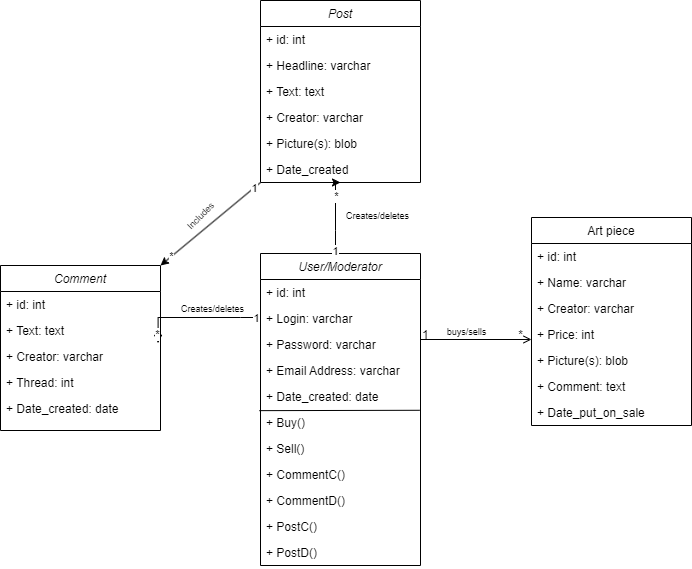
oleksandrblazhko/ai-212-yaroshuk keeps this draw.io diagram as 2-SoftwareDesign/2.5-UMLProgramClasses/UMLProgramClasses.png. Above is the earlier version. Source tidied: cells renumbered, new cells last; positions are measured from the earlier drawing's top-left corner, leaving out a move shared by most shapes. The source it was exported from:
```xml
<mxGraphModel>
  <root>
    <mxCell id="0" />
    <mxCell id="1" parent="0" />
    <mxCell id="2" value="User/Moderator" style="swimlane;fontStyle=2;align=center;verticalAlign=top;horizontal=1;startSize=26;rounded=0;shadow=0;strokeWidth=1;" parent="1" vertex="1">
      <mxGeometry x="260" y="253" width="160" height="312" as="geometry" />
    </mxCell>
    <mxCell id="3" value="+ id: int" style="text;align=left;verticalAlign=top;spacingLeft=4;spacingRight=4;overflow=hidden;" parent="2" vertex="1">
      <mxGeometry y="26" width="160" height="26" as="geometry" />
    </mxCell>
    <mxCell id="4" value="+ Login: varchar" style="text;align=left;verticalAlign=top;spacingLeft=4;spacingRight=4;overflow=hidden;" parent="2" vertex="1">
      <mxGeometry y="52" width="160" height="26" as="geometry" />
    </mxCell>
    <mxCell id="5" value="+ Password: varchar" style="text;align=left;verticalAlign=top;spacingLeft=4;spacingRight=4;overflow=hidden;rounded=0;shadow=0;html=0;" parent="2" vertex="1">
      <mxGeometry y="78" width="160" height="26" as="geometry" />
    </mxCell>
    <mxCell id="6" value="+ Email Address: varchar" style="text;align=left;verticalAlign=top;spacingLeft=4;spacingRight=4;overflow=hidden;rounded=0;shadow=0;html=0;" parent="2" vertex="1">
      <mxGeometry y="104" width="160" height="26" as="geometry" />
    </mxCell>
    <mxCell id="7" value="+ Date_created: date" style="text;align=left;verticalAlign=top;spacingLeft=4;spacingRight=4;overflow=hidden;points=[[0,0.5],[1,0.5]];portConstraint=eastwest;" parent="2" vertex="1">
      <mxGeometry y="130" width="160" height="26" as="geometry" />
    </mxCell>
    <mxCell id="8" value="+ Buy()" style="text;align=left;verticalAlign=top;spacingLeft=4;spacingRight=4;overflow=hidden;points=[[0,0.5],[1,0.5]];portConstraint=eastwest;" parent="2" vertex="1">
      <mxGeometry y="156" width="160" height="26" as="geometry" />
    </mxCell>
    <mxCell id="9" style="endArrow=none;html=1;rounded=0;exitX=-0.007;exitY=1.044;exitDx=0;exitDy=0;exitPerimeter=0;entryX=0.995;entryY=0.03;entryDx=0;entryDy=0;entryPerimeter=0;" parent="2" edge="1" source="7" target="8">
      <mxGeometry relative="1" as="geometry" />
    </mxCell>
    <mxCell id="10" value="+ Sell()" style="text;align=left;verticalAlign=top;spacingLeft=4;spacingRight=4;overflow=hidden;" parent="2" vertex="1">
      <mxGeometry y="182" width="160" height="26" as="geometry" />
    </mxCell>
    <mxCell id="11" value="+ CommentC()" style="text;align=left;verticalAlign=top;spacingLeft=4;spacingRight=4;overflow=hidden;" parent="2" vertex="1">
      <mxGeometry y="208" width="160" height="26" as="geometry" />
    </mxCell>
    <mxCell id="12" value="+ CommentD()" style="text;align=left;verticalAlign=top;spacingLeft=4;spacingRight=4;overflow=hidden;" parent="2" vertex="1">
      <mxGeometry y="234" width="160" height="26" as="geometry" />
    </mxCell>
    <mxCell id="13" value="+ PostC()" style="text;align=left;verticalAlign=top;spacingLeft=4;spacingRight=4;overflow=hidden;" parent="2" vertex="1">
      <mxGeometry y="260" width="160" height="26" as="geometry" />
    </mxCell>
    <mxCell id="14" value="+ PostD()" style="text;align=left;verticalAlign=top;spacingLeft=4;spacingRight=4;overflow=hidden;" parent="2" vertex="1">
      <mxGeometry y="286" width="160" height="26" as="geometry" />
    </mxCell>
    <mxCell id="15" value="Art piece" style="swimlane;fontStyle=0;align=center;verticalAlign=top;horizontal=1;startSize=26;rounded=0;shadow=0;strokeWidth=1;" parent="1" vertex="1">
      <mxGeometry x="531" y="217" width="160" height="208" as="geometry" />
    </mxCell>
    <mxCell id="16" value="+ id: int" style="text;align=left;verticalAlign=top;spacingLeft=4;spacingRight=4;overflow=hidden;" parent="15" vertex="1">
      <mxGeometry y="26" width="160" height="26" as="geometry" />
    </mxCell>
    <mxCell id="17" value="+ Name: varchar" style="text;align=left;verticalAlign=top;spacingLeft=4;spacingRight=4;overflow=hidden;" parent="15" vertex="1">
      <mxGeometry y="52" width="160" height="26" as="geometry" />
    </mxCell>
    <mxCell id="18" value="+ Creator: varchar" style="text;align=left;verticalAlign=top;spacingLeft=4;spacingRight=4;overflow=hidden;rounded=0;shadow=0;html=0;" parent="15" vertex="1">
      <mxGeometry y="78" width="160" height="26" as="geometry" />
    </mxCell>
    <mxCell id="19" value="+ Price: int" style="text;align=left;verticalAlign=top;spacingLeft=4;spacingRight=4;overflow=hidden;rounded=0;shadow=0;html=0;" parent="15" vertex="1">
      <mxGeometry y="104" width="160" height="26" as="geometry" />
    </mxCell>
    <mxCell id="20" value="+ Picture(s): blob" style="text;align=left;verticalAlign=top;spacingLeft=4;spacingRight=4;overflow=hidden;rounded=0;shadow=0;html=0;" parent="15" vertex="1">
      <mxGeometry y="130" width="160" height="26" as="geometry" />
    </mxCell>
    <mxCell id="21" value="+ Comment: text" style="text;align=left;verticalAlign=top;spacingLeft=4;spacingRight=4;overflow=hidden;rounded=0;shadow=0;html=0;" parent="15" vertex="1">
      <mxGeometry y="156" width="160" height="26" as="geometry" />
    </mxCell>
    <mxCell id="22" value="+ Date_put_on_sale" style="text;align=left;verticalAlign=top;spacingLeft=4;spacingRight=4;overflow=hidden;rounded=0;shadow=0;html=0;" parent="15" vertex="1">
      <mxGeometry y="182" width="160" height="26" as="geometry" />
    </mxCell>
    <mxCell id="23" style="endArrow=open;shadow=0;strokeWidth=1;rounded=0;endFill=1;edgeStyle=elbowEdgeStyle;elbow=vertical;" parent="1" edge="1" source="2" target="15">
      <mxGeometry x="0.5" y="41" relative="1" as="geometry">
        <mxPoint x="-40" y="32" as="offset" />
      </mxGeometry>
    </mxCell>
    <mxCell id="24" value="1" style="align=left;verticalAlign=bottom;labelBackgroundColor=none;fontSize=12;" parent="23" vertex="1">
      <mxGeometry x="-1" relative="1" as="geometry">
        <mxPoint y="4" as="offset" />
      </mxGeometry>
    </mxCell>
    <mxCell id="25" value="*" style="align=right;verticalAlign=bottom;labelBackgroundColor=none;fontSize=12;" parent="23" vertex="1">
      <mxGeometry x="1" relative="1" as="geometry">
        <mxPoint x="-7" y="4" as="offset" />
      </mxGeometry>
    </mxCell>
    <mxCell id="26" value="&lt;font style=&quot;font-size: 9px;&quot;&gt;buys/sells&lt;/font&gt;" style="text;html=1;align=center;verticalAlign=middle;labelBackgroundColor=none;rounded=0;shadow=0;strokeWidth=1;fontSize=12;" parent="23" vertex="1">
      <mxGeometry x="0.5" y="49" relative="1" as="geometry">
        <mxPoint x="-38" y="40" as="offset" />
      </mxGeometry>
    </mxCell>
    <mxCell id="27" value="Post" style="swimlane;fontStyle=2;align=center;verticalAlign=top;horizontal=1;startSize=26;rounded=0;shadow=0;strokeWidth=1;" parent="1" vertex="1">
      <mxGeometry x="260" width="160" height="182" as="geometry" />
    </mxCell>
    <mxCell id="28" value="+ id: int" style="text;align=left;verticalAlign=top;spacingLeft=4;spacingRight=4;overflow=hidden;" parent="27" vertex="1">
      <mxGeometry y="26" width="160" height="26" as="geometry" />
    </mxCell>
    <mxCell id="29" value="+ Headline: varchar" style="text;align=left;verticalAlign=top;spacingLeft=4;spacingRight=4;overflow=hidden;" parent="27" vertex="1">
      <mxGeometry y="52" width="160" height="26" as="geometry" />
    </mxCell>
    <mxCell id="30" value="+ Text: text" style="text;align=left;verticalAlign=top;spacingLeft=4;spacingRight=4;overflow=hidden;rounded=0;shadow=0;html=0;" parent="27" vertex="1">
      <mxGeometry y="78" width="160" height="26" as="geometry" />
    </mxCell>
    <mxCell id="31" value="+ Creator: varchar" style="text;align=left;verticalAlign=top;spacingLeft=4;spacingRight=4;overflow=hidden;rounded=0;shadow=0;html=0;" parent="27" vertex="1">
      <mxGeometry y="104" width="160" height="26" as="geometry" />
    </mxCell>
    <mxCell id="32" value="+ Picture(s): blob" style="text;align=left;verticalAlign=top;spacingLeft=4;spacingRight=4;overflow=hidden;" parent="27" vertex="1">
      <mxGeometry y="130" width="160" height="26" as="geometry" />
    </mxCell>
    <mxCell id="33" value="+ Date_created" style="text;align=left;verticalAlign=top;spacingLeft=4;spacingRight=4;overflow=hidden;" parent="27" vertex="1">
      <mxGeometry y="156" width="160" height="26" as="geometry" />
    </mxCell>
    <mxCell id="34" style="edgeStyle=orthogonalEdgeStyle;rounded=0;jettySize=auto;html=1;entryX=0.5;entryY=1;entryDx=0;entryDy=0;" parent="1" edge="1" source="2" target="27">
      <mxGeometry relative="1" as="geometry">
        <Array as="points">
          <mxPoint x="335" y="230" />
          <mxPoint x="335" y="230" />
        </Array>
      </mxGeometry>
    </mxCell>
    <mxCell id="35" value="1" style="edgeLabel;html=1;align=center;verticalAlign=middle;" parent="34" vertex="1">
      <mxGeometry x="-0.91" y="1" relative="1" as="geometry" />
    </mxCell>
    <mxCell id="36" value="*" style="edgeLabel;html=1;align=center;verticalAlign=middle;" parent="34" vertex="1">
      <mxGeometry x="0.87" y="1" relative="1" as="geometry">
        <mxPoint y="14" as="offset" />
      </mxGeometry>
    </mxCell>
    <mxCell id="37" style="edgeStyle=orthogonalEdgeStyle;rounded=0;jettySize=auto;html=1;entryX=0.985;entryY=-0.011;entryDx=0;entryDy=0;entryPerimeter=0;" parent="1" edge="1" source="2" target="45">
      <mxGeometry relative="1" as="geometry">
        <Array as="points">
          <mxPoint x="240" y="317" />
          <mxPoint x="240" y="317" />
        </Array>
      </mxGeometry>
    </mxCell>
    <mxCell id="38" value="1" style="edgeLabel;html=1;align=center;verticalAlign=middle;" parent="37" vertex="1">
      <mxGeometry x="-0.91" relative="1" as="geometry" />
    </mxCell>
    <mxCell id="39" value="*" style="edgeLabel;html=1;align=center;verticalAlign=middle;" parent="37" vertex="1">
      <mxGeometry x="0.86" y="-1" relative="1" as="geometry" />
    </mxCell>
    <mxCell id="40" value="&lt;font style=&quot;font-size: 9px;&quot;&gt;Creates/deletes&lt;/font&gt;" style="text;html=1;strokeColor=none;fillColor=none;align=center;verticalAlign=middle;whiteSpace=wrap;rounded=0;" parent="1" vertex="1">
      <mxGeometry x="335" y="200" width="85" height="30" as="geometry" />
    </mxCell>
    <mxCell id="41" value="&lt;font style=&quot;font-size: 9px;&quot;&gt;Creates/deletes&lt;/font&gt;" style="text;html=1;strokeColor=none;fillColor=none;align=center;verticalAlign=middle;whiteSpace=wrap;rounded=0;" parent="1" vertex="1">
      <mxGeometry x="170" y="293" width="85" height="30" as="geometry" />
    </mxCell>
    <mxCell id="42" value="Comment" style="swimlane;fontStyle=2;align=center;verticalAlign=top;horizontal=1;startSize=26;rounded=0;shadow=0;strokeWidth=1;" parent="1" vertex="1">
      <mxGeometry y="265" width="160" height="165" as="geometry" />
    </mxCell>
    <mxCell id="43" value="+ id: int" style="text;align=left;verticalAlign=top;spacingLeft=4;spacingRight=4;overflow=hidden;" parent="42" vertex="1">
      <mxGeometry y="26" width="160" height="26" as="geometry" />
    </mxCell>
    <mxCell id="44" value="+ Text: text" style="text;align=left;verticalAlign=top;spacingLeft=4;spacingRight=4;overflow=hidden;points=[[0,0.5],[1,0.5]];portConstraint=eastwest;rounded=0;shadow=0;html=0;" parent="42" vertex="1">
      <mxGeometry y="52" width="160" height="26" as="geometry" />
    </mxCell>
    <mxCell id="45" value="+ Creator: varchar" style="text;align=left;verticalAlign=top;spacingLeft=4;spacingRight=4;overflow=hidden;points=[[0,0.5],[1,0.5]];portConstraint=eastwest;rounded=0;shadow=0;html=0;" parent="42" vertex="1">
      <mxGeometry y="78" width="160" height="26" as="geometry" />
    </mxCell>
    <mxCell id="46" value="+ Thread: int" style="text;align=left;verticalAlign=top;spacingLeft=4;spacingRight=4;overflow=hidden;" parent="42" vertex="1">
      <mxGeometry y="104" width="160" height="26" as="geometry" />
    </mxCell>
    <mxCell id="47" value="+ Date_created: date" style="text;align=left;verticalAlign=top;spacingLeft=4;spacingRight=4;overflow=hidden;" parent="42" vertex="1">
      <mxGeometry y="130" width="160" height="26" as="geometry" />
    </mxCell>
    <mxCell id="48" style="endArrow=classic;html=1;rounded=0;exitX=0;exitY=1;exitDx=0;exitDy=0;entryX=1;entryY=0;entryDx=0;entryDy=0;" parent="1" edge="1" source="27" target="42">
      <mxGeometry relative="1" as="geometry" />
    </mxCell>
    <mxCell id="49" value="1" style="edgeLabel;html=1;align=center;verticalAlign=middle;" parent="48" vertex="1">
      <mxGeometry x="-0.86" relative="1" as="geometry" />
    </mxCell>
    <mxCell id="50" value="*" style="edgeLabel;html=1;align=center;verticalAlign=middle;" parent="48" vertex="1">
      <mxGeometry x="0.78" y="-1" relative="1" as="geometry" />
    </mxCell>
    <mxCell id="51" value="&lt;font style=&quot;font-size: 9px;&quot;&gt;Includes&lt;/font&gt;" style="text;html=1;strokeColor=none;fillColor=none;align=center;verticalAlign=middle;whiteSpace=wrap;rounded=0;rotation=-45;" parent="1" vertex="1">
      <mxGeometry x="170" y="200" width="60" height="30" as="geometry" />
    </mxCell>
  </root>
</mxGraphModel>
```
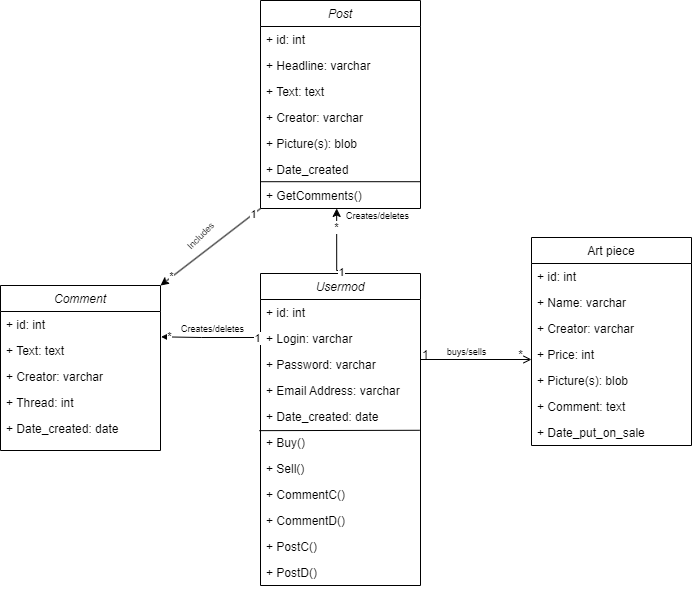
After the commit.

The edit, as a diff of the source:
```diff
@@ -2,7 +2,7 @@
   <root>
     <mxCell id="0" />
     <mxCell id="1" parent="0" />
-    <mxCell id="2" value="User/Moderator" style="swimlane;fontStyle=2;align=center;verticalAlign=top;horizontal=1;startSize=26;rounded=0;shadow=0;strokeWidth=1;" parent="1" vertex="1">
+    <mxCell id="2" value="Usermod" style="swimlane;fontStyle=2;align=center;verticalAlign=top;horizontal=1;startSize=26;rounded=0;shadow=0;strokeWidth=1;" parent="1" vertex="1">
       <mxGeometry x="260" y="253" width="160" height="312" as="geometry" />
     </mxCell>
     <mxCell id="3" value="+ id: int" style="text;align=left;verticalAlign=top;spacingLeft=4;spacingRight=4;overflow=hidden;" parent="2" vertex="1">
@@ -86,7 +86,7 @@
       </mxGeometry>
     </mxCell>
     <mxCell id="27" value="Post" style="swimlane;fontStyle=2;align=center;verticalAlign=top;horizontal=1;startSize=26;rounded=0;shadow=0;strokeWidth=1;" parent="1" vertex="1">
-      <mxGeometry x="260" width="160" height="182" as="geometry" />
+      <mxGeometry x="260" y="-20" width="160" height="208" as="geometry" />
     </mxCell>
     <mxCell id="28" value="+ id: int" style="text;align=left;verticalAlign=top;spacingLeft=4;spacingRight=4;overflow=hidden;" parent="27" vertex="1">
       <mxGeometry y="26" width="160" height="26" as="geometry" />
@@ -106,11 +106,20 @@
     <mxCell id="33" value="+ Date_created" style="text;align=left;verticalAlign=top;spacingLeft=4;spacingRight=4;overflow=hidden;" parent="27" vertex="1">
       <mxGeometry y="156" width="160" height="26" as="geometry" />
     </mxCell>
+    <mxCell id="52" style="endArrow=none;html=1;rounded=0;exitX=-0.007;exitY=1.044;exitDx=0;exitDy=0;exitPerimeter=0;entryX=0.995;entryY=0.03;entryDx=0;entryDy=0;entryPerimeter=0;" parent="27" edge="1">
+      <mxGeometry relative="1" as="geometry">
+        <mxPoint y="181.2" as="sourcePoint" />
+        <mxPoint x="160" y="181.2" as="targetPoint" />
+      </mxGeometry>
+    </mxCell>
+    <mxCell id="53" value="+ GetComments()" style="text;align=left;verticalAlign=top;spacingLeft=4;spacingRight=4;overflow=hidden;points=[[0,0.5],[1,0.5]];portConstraint=eastwest;" parent="27" vertex="1">
+      <mxGeometry y="182" width="160" height="26" as="geometry" />
+    </mxCell>
-    <mxCell id="34" style="edgeStyle=orthogonalEdgeStyle;rounded=0;jettySize=auto;html=1;entryX=0.5;entryY=1;entryDx=0;entryDy=0;" parent="1" edge="1" source="2" target="27">
+    <mxCell id="34" style="edgeStyle=orthogonalEdgeStyle;rounded=0;jettySize=auto;html=1;entryX=0.476;entryY=0.998;entryDx=0;entryDy=0;exitX=0.5;exitY=0;exitDx=0;exitDy=0;entryPerimeter=0;" parent="1" edge="1" source="2" target="53">
       <mxGeometry relative="1" as="geometry">
         <Array as="points">
-          <mxPoint x="335" y="230" />
-          <mxPoint x="335" y="230" />
+          <mxPoint x="340" y="250" />
+          <mxPoint x="336" y="250" />
         </Array>
       </mxGeometry>
     </mxCell>
@@ -122,11 +131,11 @@
         <mxPoint y="14" as="offset" />
       </mxGeometry>
     </mxCell>
-    <mxCell id="37" style="edgeStyle=orthogonalEdgeStyle;rounded=0;jettySize=auto;html=1;entryX=0.985;entryY=-0.011;entryDx=0;entryDy=0;entryPerimeter=0;" parent="1" edge="1" source="2" target="45">
+    <mxCell id="37" style="edgeStyle=orthogonalEdgeStyle;rounded=0;jettySize=auto;html=1;entryX=1.004;entryY=-0.026;entryDx=0;entryDy=0;entryPerimeter=0;" parent="1" edge="1" source="2" target="44">
       <mxGeometry relative="1" as="geometry">
         <Array as="points">
-          <mxPoint x="240" y="317" />
-          <mxPoint x="240" y="317" />
+          <mxPoint x="201" y="317" />
+          <mxPoint x="201" y="316" />
         </Array>
       </mxGeometry>
     </mxCell>
@@ -137,7 +146,7 @@
       <mxGeometry x="0.86" y="-1" relative="1" as="geometry" />
     </mxCell>
     <mxCell id="40" value="&lt;font style=&quot;font-size: 9px;&quot;&gt;Creates/deletes&lt;/font&gt;" style="text;html=1;strokeColor=none;fillColor=none;align=center;verticalAlign=middle;whiteSpace=wrap;rounded=0;" parent="1" vertex="1">
-      <mxGeometry x="335" y="200" width="85" height="30" as="geometry" />
+      <mxGeometry x="335" y="180" width="85" height="30" as="geometry" />
     </mxCell>
     <mxCell id="41" value="&lt;font style=&quot;font-size: 9px;&quot;&gt;Creates/deletes&lt;/font&gt;" style="text;html=1;strokeColor=none;fillColor=none;align=center;verticalAlign=middle;whiteSpace=wrap;rounded=0;" parent="1" vertex="1">
       <mxGeometry x="170" y="293" width="85" height="30" as="geometry" />
```
